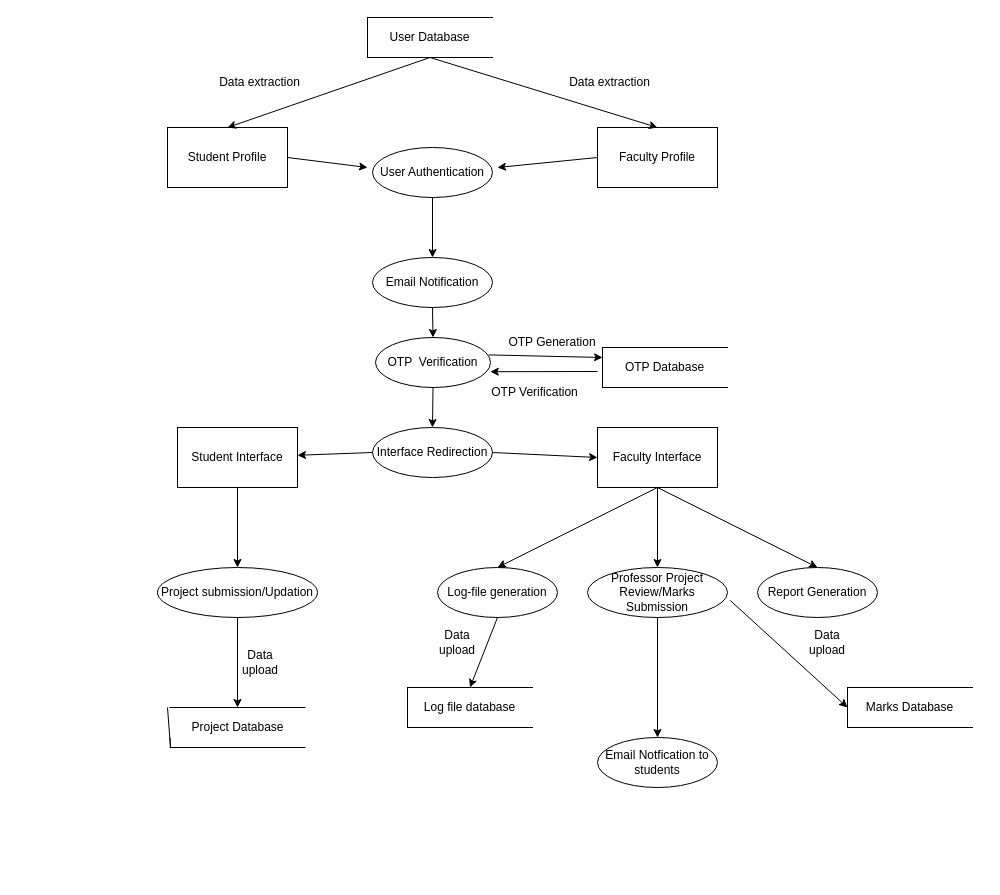
Above: Untitled Diagram.drawio in bharathn97/News-App-React-JS-News-API (draw.io), before the change. Source tidied: cells renumbered, new cells numbered last; positions are measured from the earlier drawing's top-left corner, leaving out a move shared by most shapes. Both pictures are drawn from the tidied source at 100%, with x=0, y=0 at pixel (157, 17).
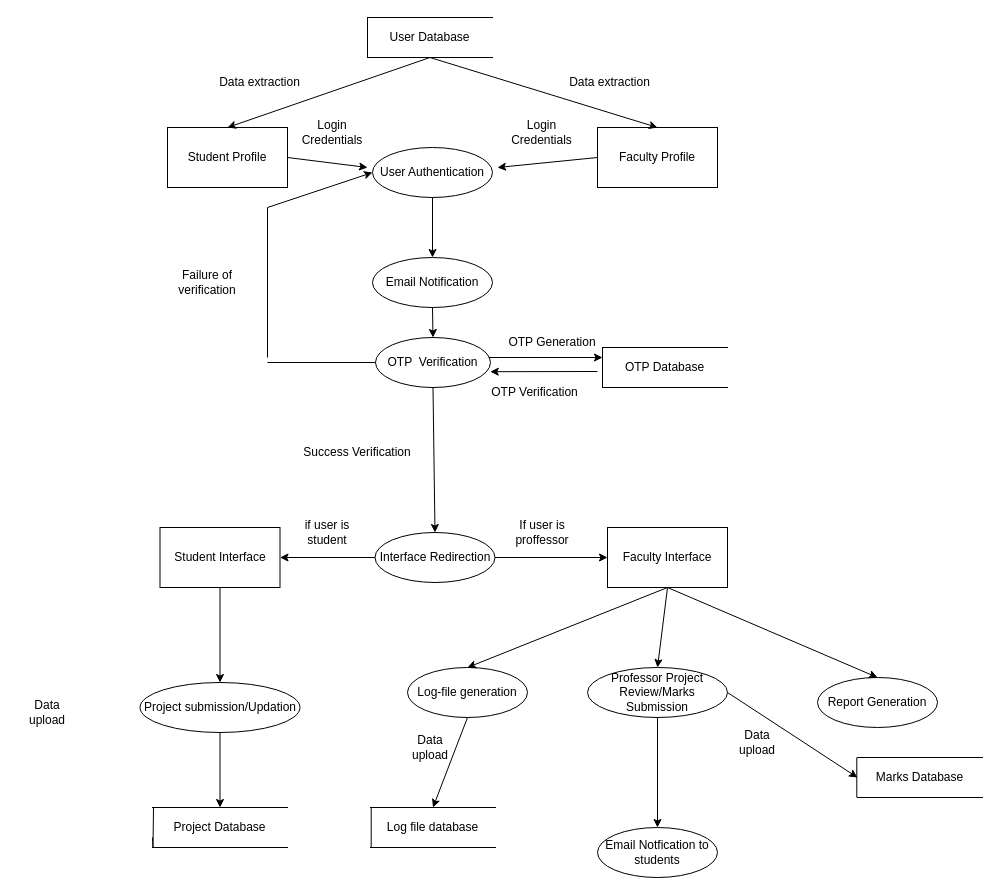
The same diagram, later.

The change refers to these unchanged cells:
```xml
<mxCell id="7" value="User Authentication" style="ellipse;whiteSpace=wrap;html=1;" parent="1" vertex="1">
  <mxGeometry x="215" y="130" width="120" height="50" as="geometry" />
</mxCell>
<mxCell id="8" value="OTP&amp;nbsp; Verification" style="ellipse;whiteSpace=wrap;html=1;" parent="1" vertex="1">
  <mxGeometry x="218" y="320" width="115" height="50" as="geometry" />
</mxCell>
<mxCell id="33" value="OTP Database" style="shape=partialRectangle;whiteSpace=wrap;html=1;left=0;right=0;fillColor=none;" parent="1" vertex="1">
  <mxGeometry x="445" y="330" width="125" height="40" as="geometry" />
</mxCell>
```

Change to the diagram source:
```diff
@@
     <mxCell id="2" value="Student Interface" style="rounded=0;whiteSpace=wrap;html=1;" parent="1" vertex="1">
-      <mxGeometry x="20" y="410" width="120" height="60" as="geometry" />
+      <mxGeometry x="2.5" y="510" width="120" height="60" as="geometry" />
     </mxCell>
@@
     <mxCell id="12" value="Faculty Interface" style="rounded=0;whiteSpace=wrap;html=1;" parent="1" vertex="1">
-      <mxGeometry x="440" y="410" width="120" height="60" as="geometry" />
+      <mxGeometry x="450" y="510" width="120" height="60" as="geometry" />
     </mxCell>
@@
     <mxCell id="15" value="Project submission/Updation" style="ellipse;whiteSpace=wrap;html=1;" parent="1" vertex="1">
-      <mxGeometry y="550" width="160" height="50" as="geometry" />
+      <mxGeometry x="-17.5" y="665" width="160" height="50" as="geometry" />
     </mxCell>
@@
     <mxCell id="17" value="Log-file generation" style="ellipse;whiteSpace=wrap;html=1;" parent="1" vertex="1">
-      <mxGeometry x="280" y="550" width="120" height="50" as="geometry" />
+      <mxGeometry x="250" y="650" width="120" height="50" as="geometry" />
     </mxCell>
     <mxCell id="18" value="Professor Project Review/Marks Submission" style="ellipse;whiteSpace=wrap;html=1;" parent="1" vertex="1">
-      <mxGeometry x="430" y="550" width="140" height="50" as="geometry" />
+      <mxGeometry x="430" y="650" width="140" height="50" as="geometry" />
     </mxCell>
     <mxCell id="19" value="Report Generation" style="ellipse;whiteSpace=wrap;html=1;" parent="1" vertex="1">
-      <mxGeometry x="600" y="550" width="120" height="50" as="geometry" />
+      <mxGeometry x="660" y="660" width="120" height="50" as="geometry" />
     </mxCell>
@@
-    <mxCell id="22" style="endArrow=classic;html=1;rounded=0;entryX=0.5;entryY=0;entryDx=0;entryDy=0;" parent="1" edge="1" target="19">
-      <mxGeometry relative="1" as="geometry">
-        <mxPoint x="500" y="470" as="sourcePoint" />
-      </mxGeometry>
+    <mxCell id="22" style="endArrow=classic;html=1;rounded=0;entryX=0.5;entryY=0;entryDx=0;entryDy=0;exitX=0.5;exitY=1;exitDx=0;exitDy=0;" parent="1" edge="1" source="12" target="19">
+      <mxGeometry relative="1" as="geometry" />
     </mxCell>
@@
     <mxCell id="24" value="Email Notfication to students" style="ellipse;whiteSpace=wrap;html=1;" parent="1" vertex="1">
-      <mxGeometry x="440" y="720" width="120" height="50" as="geometry" />
+      <mxGeometry x="440" y="810" width="120" height="50" as="geometry" />
     </mxCell>
     <mxCell id="25" value="Interface Redirection" style="ellipse;whiteSpace=wrap;html=1;" parent="1" vertex="1">
-      <mxGeometry x="215" y="410" width="120" height="50" as="geometry" />
+      <mxGeometry x="217.5" y="515" width="120" height="50" as="geometry" />
     </mxCell>
@@
     <mxCell id="29" value="Project Database" style="shape=partialRectangle;whiteSpace=wrap;html=1;left=0;right=0;fillColor=none;" parent="1" vertex="1">
-      <mxGeometry x="12.5" y="690" width="135" height="40" as="geometry" />
+      <mxGeometry x="-5" y="790" width="135" height="40" as="geometry" />
     </mxCell>
     <mxCell id="30" style="endArrow=none;html=1;rounded=0;" parent="1" edge="1">
       <mxGeometry relative="1" as="geometry">
-        <mxPoint x="12.5" y="720" as="sourcePoint" />
-        <mxPoint x="10" y="690" as="targetPoint" />
+        <mxPoint x="-5" y="820" as="sourcePoint" />
+        <mxPoint x="-4" y="790" as="targetPoint" />
         <Array as="points">
-          <mxPoint x="13" y="730" />
+          <mxPoint x="-4.5" y="830" />
         </Array>
       </mxGeometry>
     </mxCell>
     <mxCell id="31" value="Marks Database" style="shape=partialRectangle;whiteSpace=wrap;html=1;left=0;right=0;fillColor=none;" parent="1" vertex="1">
-      <mxGeometry x="690" y="670" width="125" height="40" as="geometry" />
+      <mxGeometry x="700" y="740" width="125" height="40" as="geometry" />
     </mxCell>
     <mxCell id="32" style="endArrow=none;html=1;rounded=0;" parent="1" edge="1">
       <mxGeometry relative="1" as="geometry">
-        <mxPoint x="690" y="710" as="sourcePoint" />
-        <mxPoint x="690" y="670" as="targetPoint" />
+        <mxPoint x="699.3" y="780" as="sourcePoint" />
+        <mxPoint x="699.3" y="740" as="targetPoint" />
       </mxGeometry>
     </mxCell>
@@
-    <mxCell id="37" style="endArrow=classic;html=1;rounded=0;exitX=0.984;exitY=0.348;exitDx=0;exitDy=0;entryX=0;entryY=0.25;entryDx=0;entryDy=0;exitPerimeter=0;" parent="1" edge="1" source="8" target="33">
-      <mxGeometry relative="1" as="geometry" />
+    <mxCell id="37" style="endArrow=classic;html=1;rounded=0;entryX=0;entryY=0.25;entryDx=0;entryDy=0;" parent="1" edge="1" target="33">
+      <mxGeometry relative="1" as="geometry">
+        <mxPoint x="331" y="340" as="sourcePoint" />
+      </mxGeometry>
     </mxCell>
@@
-    <mxCell id="42" style="endArrow=classic;html=1;rounded=0;exitX=1.02;exitY=0.66;exitDx=0;exitDy=0;exitPerimeter=0;" parent="1" edge="1" source="18">
+    <mxCell id="42" style="endArrow=classic;html=1;rounded=0;exitX=1;exitY=0.5;exitDx=0;exitDy=0;" parent="1" edge="1" source="18">
       <mxGeometry relative="1" as="geometry">
-        <mxPoint x="690" y="690" as="targetPoint" />
+        <mxPoint x="700" y="760" as="targetPoint" />
       </mxGeometry>
     </mxCell>
     <mxCell id="43" value="Log file database" style="shape=partialRectangle;whiteSpace=wrap;html=1;left=0;right=0;fillColor=none;" parent="1" vertex="1">
-      <mxGeometry x="250" y="670" width="125" height="40" as="geometry" />
+      <mxGeometry x="213" y="790" width="125" height="40" as="geometry" />
     </mxCell>
     <mxCell id="44" style="endArrow=none;html=1;rounded=0;" parent="1" edge="1">
       <mxGeometry relative="1" as="geometry">
-        <mxPoint x="250" y="710" as="sourcePoint" />
-        <mxPoint x="250" y="670" as="targetPoint" />
+        <mxPoint x="213.7" y="830" as="sourcePoint" />
+        <mxPoint x="213.7" y="790" as="targetPoint" />
       </mxGeometry>
     </mxCell>
@@
     <mxCell id="48" value="Data upload" style="text;html=1;align=center;verticalAlign=middle;whiteSpace=wrap;rounded=0;" parent="1" vertex="1">
-      <mxGeometry x="72.5" y="630" width="60" height="30" as="geometry" />
+      <mxGeometry x="-140" y="680" width="60" height="30" as="geometry" />
     </mxCell>
     <mxCell id="49" value="Data upload" style="text;html=1;align=center;verticalAlign=middle;whiteSpace=wrap;rounded=0;" parent="1" vertex="1">
-      <mxGeometry x="270" y="610" width="60" height="30" as="geometry" />
+      <mxGeometry x="242.5" y="715" width="60" height="30" as="geometry" />
     </mxCell>
     <mxCell id="50" value="Data upload" style="text;html=1;align=center;verticalAlign=middle;whiteSpace=wrap;rounded=0;" parent="1" vertex="1">
-      <mxGeometry x="640" y="610" width="60" height="30" as="geometry" />
+      <mxGeometry x="570" y="710" width="60" height="30" as="geometry" />
     </mxCell>
+    <mxCell id="51" value="Login Credentials" style="text;html=1;align=center;verticalAlign=middle;whiteSpace=wrap;rounded=0;" parent="1" vertex="1">
+      <mxGeometry x="337.5" y="100" width="92.5" height="30" as="geometry" />
+    </mxCell>
+    <mxCell id="52" value="Login Credentials" style="text;html=1;align=center;verticalAlign=middle;whiteSpace=wrap;rounded=0;" parent="1" vertex="1">
+      <mxGeometry x="140" y="100" width="70" height="30" as="geometry" />
+    </mxCell>
+    <mxCell id="53" value="if user is student" style="text;html=1;align=center;verticalAlign=middle;whiteSpace=wrap;rounded=0;" parent="1" vertex="1">
+      <mxGeometry x="130" y="500" width="80" height="30" as="geometry" />
+    </mxCell>
+    <mxCell id="54" value="If user is proffessor" style="text;html=1;align=center;verticalAlign=middle;whiteSpace=wrap;rounded=0;" parent="1" vertex="1">
+      <mxGeometry x="340" y="500" width="90" height="30" as="geometry" />
+    </mxCell>
+    <mxCell id="55" style="endArrow=classic;html=1;rounded=0;entryX=0;entryY=0.5;entryDx=0;entryDy=0;" parent="1" edge="1" target="7">
+      <mxGeometry relative="1" as="geometry">
+        <mxPoint x="110" y="190" as="sourcePoint" />
+      </mxGeometry>
+    </mxCell>
+    <mxCell id="56" style="endArrow=none;html=1;rounded=0;entryX=0;entryY=0.5;entryDx=0;entryDy=0;" parent="1" edge="1" target="8">
+      <mxGeometry relative="1" as="geometry">
+        <mxPoint x="110" y="345" as="sourcePoint" />
+      </mxGeometry>
+    </mxCell>
+    <mxCell id="57" value="Failure of verification" style="text;html=1;align=center;verticalAlign=middle;whiteSpace=wrap;rounded=0;" parent="1" vertex="1">
+      <mxGeometry y="250" width="100" height="30" as="geometry" />
+    </mxCell>
+    <mxCell id="58" style="endArrow=none;html=1;rounded=0;" parent="1" edge="1">
+      <mxGeometry relative="1" as="geometry">
+        <mxPoint x="110" y="340" as="sourcePoint" />
+        <mxPoint x="110" y="190" as="targetPoint" />
+      </mxGeometry>
+    </mxCell>
+    <mxCell id="59" value="Success Verification" style="text;html=1;align=center;verticalAlign=middle;whiteSpace=wrap;rounded=0;" parent="1" vertex="1">
+      <mxGeometry x="145" y="420" width="110" height="30" as="geometry" />
+    </mxCell>
```
